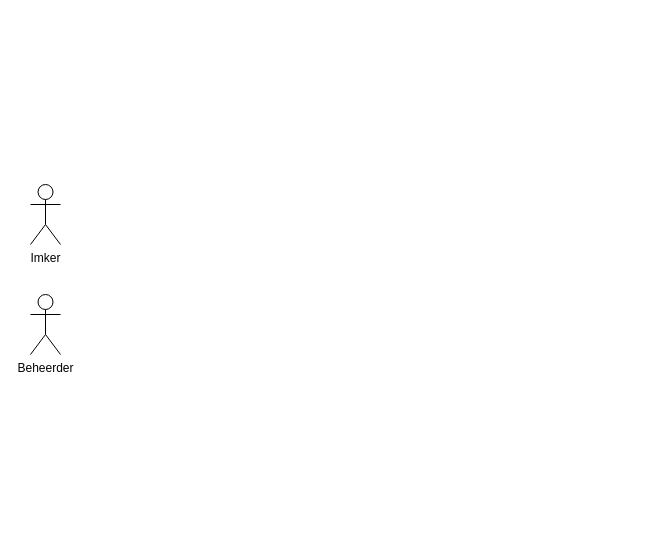
This is Schematisch-overzicht-Bee-Sensors.drawio from CruZxPog/integratieproject-bee, a draw.io file, before an edit. Source tidied: cells renumbered, new cells numbered last; positions are measured from the earlier drawing's top-left corner, leaving out a move shared by most shapes. Both pictures are drawn from the tidied source at 100%, with x=0, y=0 at pixel (30, 184).
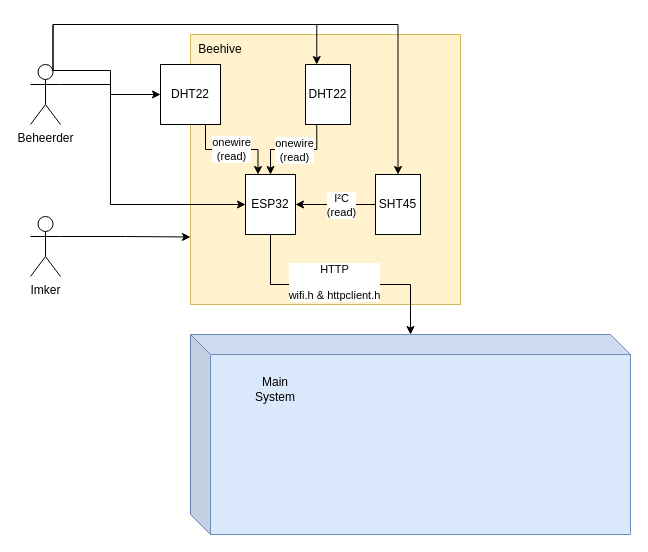
Above is the later version.

Diff of the diagram source:
```diff
@@
+    <mxCell id="4" style="edgeStyle=orthogonalEdgeStyle;rounded=0;jettySize=auto;html=1;exitX=1;exitY=0.3333333333333333;exitDx=0;exitDy=0;exitPerimeter=0;entryX=0;entryY=0.75;entryDx=0;entryDy=0;" parent="1" edge="1" source="2" target="6">
+      <mxGeometry relative="1" as="geometry" />
+    </mxCell>
     <mxCell id="2" value="Imker" style="shape=umlActor;verticalLabelPosition=bottom;verticalAlign=top;html=1;outlineConnect=0;" parent="1" vertex="1">
-      <mxGeometry width="30" height="60" as="geometry" />
+      <mxGeometry y="32" width="30" height="60" as="geometry" />
     </mxCell>
+    <mxCell id="5" style="edgeStyle=orthogonalEdgeStyle;rounded=0;jettySize=auto;html=1;exitX=0.75;exitY=0.1;exitDx=0;exitDy=0;exitPerimeter=0;entryX=0;entryY=0.5;entryDx=0;entryDy=0;" parent="1" edge="1" source="3" target="10">
+      <mxGeometry relative="1" as="geometry" />
+    </mxCell>
     <mxCell id="3" value="Beheerder" style="shape=umlActor;verticalLabelPosition=bottom;verticalAlign=top;html=1;outlineConnect=0;" parent="1" vertex="1">
-      <mxGeometry y="110" width="30" height="60" as="geometry" />
+      <mxGeometry y="-120" width="30" height="60" as="geometry" />
     </mxCell>
+    <mxCell id="6" style="whiteSpace=wrap;html=1;fillColor=#fff2cc;strokeColor=#d6b656;" parent="1" vertex="1">
+      <mxGeometry x="160" y="-150" width="270" height="270" as="geometry" />
+    </mxCell>
+    <mxCell id="7" value="Beehive" style="text;html=1;align=center;verticalAlign=middle;whiteSpace=wrap;rounded=0;" parent="1" vertex="1">
+      <mxGeometry x="160" y="-150" width="60" height="30" as="geometry" />
+    </mxCell>
+    <mxCell id="8" style="edgeStyle=orthogonalEdgeStyle;rounded=0;jettySize=auto;html=1;exitX=0.75;exitY=1;exitDx=0;exitDy=0;entryX=0.25;entryY=0;entryDx=0;entryDy=0;" parent="1" edge="1" source="10" target="19">
+      <mxGeometry relative="1" as="geometry">
+        <Array as="points">
+          <mxPoint x="175" y="-35" />
+          <mxPoint x="228" y="-35" />
+        </Array>
+      </mxGeometry>
+    </mxCell>
+    <mxCell id="9" value="onewire&lt;div&gt;(read)&lt;/div&gt;" style="edgeLabel;html=1;align=center;verticalAlign=middle;" parent="8" vertex="1">
+      <mxGeometry x="-0.03" y="1" relative="1" as="geometry" />
+    </mxCell>
+    <mxCell id="10" value="DHT22" style="rounded=0;whiteSpace=wrap;html=1;" parent="1" vertex="1">
+      <mxGeometry x="130" y="-120" width="60" height="60" as="geometry" />
+    </mxCell>
+    <mxCell id="11" style="edgeStyle=orthogonalEdgeStyle;rounded=0;jettySize=auto;html=1;exitX=0.25;exitY=1;exitDx=0;exitDy=0;entryX=0.5;entryY=0;entryDx=0;entryDy=0;" parent="1" edge="1" source="13" target="19">
+      <mxGeometry relative="1" as="geometry" />
+    </mxCell>
+    <mxCell id="12" value="onewire&lt;div&gt;(read)&lt;/div&gt;" style="edgeLabel;html=1;align=center;verticalAlign=middle;" parent="11" vertex="1">
+      <mxGeometry relative="1" as="geometry" />
+    </mxCell>
+    <mxCell id="13" value="DHT22" style="rounded=0;whiteSpace=wrap;html=1;" parent="1" vertex="1">
+      <mxGeometry x="275" y="-120" width="45" height="60" as="geometry" />
+    </mxCell>
+    <mxCell id="14" style="edgeStyle=orthogonalEdgeStyle;rounded=0;jettySize=auto;html=1;exitX=0;exitY=0.5;exitDx=0;exitDy=0;entryX=1;entryY=0.5;entryDx=0;entryDy=0;" parent="1" edge="1" source="16" target="19">
+      <mxGeometry relative="1" as="geometry" />
+    </mxCell>
+    <mxCell id="15" value="I²C&lt;div&gt;(read)&lt;/div&gt;" style="edgeLabel;html=1;align=center;verticalAlign=middle;" parent="14" vertex="1">
+      <mxGeometry x="0.26" y="-1" relative="1" as="geometry">
+        <mxPoint x="15" y="1" as="offset" />
+      </mxGeometry>
+    </mxCell>
+    <mxCell id="16" value="SHT45" style="rounded=0;whiteSpace=wrap;html=1;" parent="1" vertex="1">
+      <mxGeometry x="345" y="-10" width="45" height="60" as="geometry" />
+    </mxCell>
+    <mxCell id="17" style="edgeStyle=orthogonalEdgeStyle;rounded=0;jettySize=auto;html=1;" parent="1" edge="1" source="19" target="20">
+      <mxGeometry relative="1" as="geometry" />
+    </mxCell>
+    <mxCell id="18" value="HTTP&lt;div&gt;&lt;br&gt;&lt;/div&gt;&lt;div&gt;wifi.h &amp;amp; httpclient.h&lt;/div&gt;" style="edgeLabel;html=1;align=center;verticalAlign=middle;" parent="17" vertex="1">
+      <mxGeometry x="-0.06" y="3" relative="1" as="geometry" />
+    </mxCell>
+    <mxCell id="19" value="ESP32" style="rounded=0;whiteSpace=wrap;html=1;" parent="1" vertex="1">
+      <mxGeometry x="215" y="-10" width="50" height="60" as="geometry" />
+    </mxCell>
+    <mxCell id="20" style="shape=cube;whiteSpace=wrap;html=1;boundedLbl=1;backgroundOutline=1;darkOpacity=0.05;darkOpacity2=0.1;fillColor=#dae8fc;strokeColor=#6c8ebf;" parent="1" vertex="1">
+      <mxGeometry x="160" y="150" width="440" height="200" as="geometry" />
+    </mxCell>
+    <mxCell id="21" value="Main System" style="text;html=1;align=center;verticalAlign=middle;whiteSpace=wrap;rounded=0;" parent="1" vertex="1">
+      <mxGeometry x="215" y="190" width="60" height="30" as="geometry" />
+    </mxCell>
+    <mxCell id="22" style="edgeStyle=orthogonalEdgeStyle;rounded=0;jettySize=auto;html=1;exitX=0.75;exitY=0.1;exitDx=0;exitDy=0;exitPerimeter=0;entryX=0.25;entryY=0;entryDx=0;entryDy=0;" parent="1" edge="1" source="3" target="13">
+      <mxGeometry relative="1" as="geometry">
+        <Array as="points">
+          <mxPoint x="22" y="-160" />
+          <mxPoint x="286" y="-160" />
+        </Array>
+      </mxGeometry>
+    </mxCell>
+    <mxCell id="23" style="edgeStyle=orthogonalEdgeStyle;rounded=0;jettySize=auto;html=1;exitX=0.75;exitY=0.1;exitDx=0;exitDy=0;exitPerimeter=0;entryX=0.5;entryY=0;entryDx=0;entryDy=0;" parent="1" edge="1" source="3" target="16">
+      <mxGeometry relative="1" as="geometry">
+        <Array as="points">
+          <mxPoint x="22" y="-160" />
+          <mxPoint x="368" y="-160" />
+        </Array>
+      </mxGeometry>
+    </mxCell>
+    <mxCell id="24" style="edgeStyle=orthogonalEdgeStyle;rounded=0;jettySize=auto;html=1;exitX=1;exitY=0.3333333333333333;exitDx=0;exitDy=0;exitPerimeter=0;entryX=0;entryY=0.5;entryDx=0;entryDy=0;" parent="1" edge="1" source="3" target="19">
+      <mxGeometry relative="1" as="geometry">
+        <Array as="points">
+          <mxPoint x="80" y="-100" />
+          <mxPoint x="80" y="20" />
+        </Array>
+      </mxGeometry>
+    </mxCell>
```
